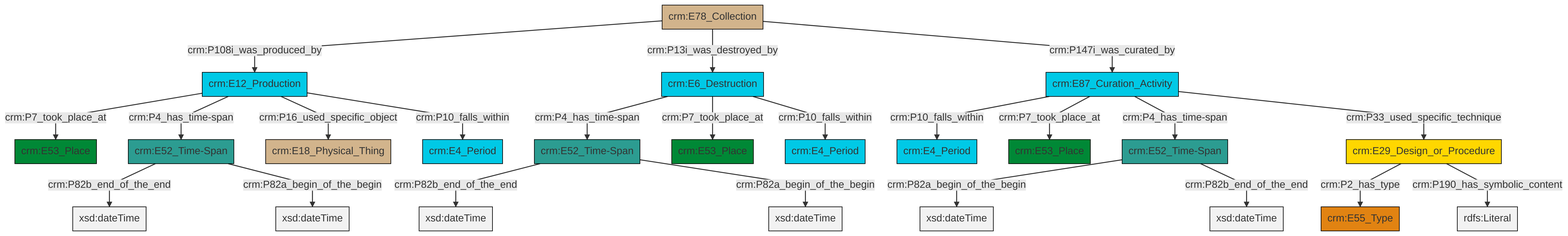
swiss-art-research-net/docs.swissartresearch keeps this Mermaid diagram as et/archivalCSV/ttl/mmd/png/archival_existence.png. Above is the earlier version. Its source is kept beside it as et/archivalCSV/ttl/mmd/archival_existence.ttl.mmd.
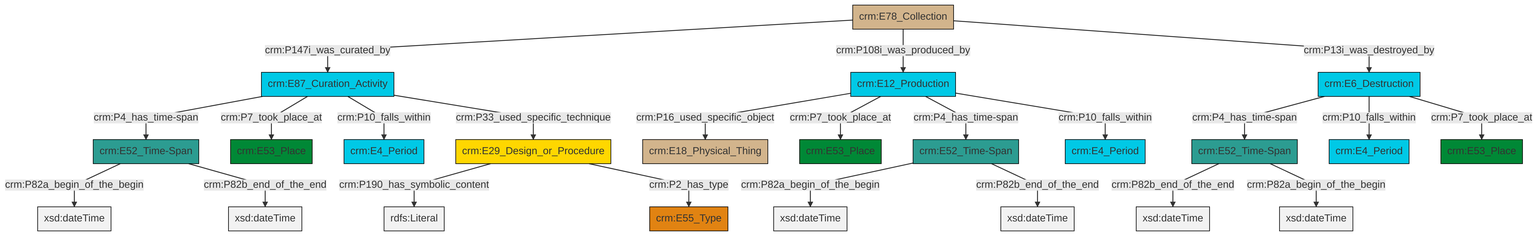
The same file after the commit.

The edit, as a diff of the source:
```diff
@@ -13,25 +13,25 @@
 classDef PC_Classes fill:#4ce600, stroke:#000000;
 classDef Multi fill:#cccccc,stroke:#000000;
 
-2["crm:E78_Collection"]:::Physical_Thing -->|crm:P108i_was_produced_by| 3["crm:E12_Production"]:::Temporal_Entity
-8["crm:E6_Destruction"]:::Temporal_Entity -->|crm:P4_has_time-span| 9["crm:E52_Time-Span"]:::Time-Span
-6["crm:E29_Design_or_Procedure"]:::Conceptual_Object -->|crm:P2_has_type| 10["crm:E55_Type"]:::Type
-8["crm:E6_Destruction"]:::Temporal_Entity -->|crm:P7_took_place_at| 11["crm:E53_Place"]:::Place
-12["crm:E52_Time-Span"]:::Time-Span -->|crm:P82b_end_of_the_end| 13[xsd:dateTime]:::Literal
-4["crm:E87_Curation_Activity"]:::Temporal_Entity -->|crm:P10_falls_within| 15["crm:E4_Period"]:::Temporal_Entity
-4["crm:E87_Curation_Activity"]:::Temporal_Entity -->|crm:P7_took_place_at| 16["crm:E53_Place"]:::Place
-3["crm:E12_Production"]:::Temporal_Entity -->|crm:P7_took_place_at| 17["crm:E53_Place"]:::Place
-8["crm:E6_Destruction"]:::Temporal_Entity -->|crm:P10_falls_within| 18["crm:E4_Period"]:::Temporal_Entity
-2["crm:E78_Collection"]:::Physical_Thing -->|crm:P13i_was_destroyed_by| 8["crm:E6_Destruction"]:::Temporal_Entity
-20["crm:E52_Time-Span"]:::Time-Span -->|crm:P82a_begin_of_the_begin| 21[xsd:dateTime]:::Literal
-6["crm:E29_Design_or_Procedure"]:::Conceptual_Object -->|crm:P190_has_symbolic_content| 22[rdfs:Literal]:::Literal
-20["crm:E52_Time-Span"]:::Time-Span -->|crm:P82b_end_of_the_end| 24[xsd:dateTime]:::Literal
-12["crm:E52_Time-Span"]:::Time-Span -->|crm:P82a_begin_of_the_begin| 26[xsd:dateTime]:::Literal
-4["crm:E87_Curation_Activity"]:::Temporal_Entity -->|crm:P4_has_time-span| 20["crm:E52_Time-Span"]:::Time-Span
-3["crm:E12_Production"]:::Temporal_Entity -->|crm:P4_has_time-span| 12["crm:E52_Time-Span"]:::Time-Span
-9["crm:E52_Time-Span"]:::Time-Span -->|crm:P82b_end_of_the_end| 31[xsd:dateTime]:::Literal
-2["crm:E78_Collection"]:::Physical_Thing -->|crm:P147i_was_curated_by| 4["crm:E87_Curation_Activity"]:::Temporal_Entity
-9["crm:E52_Time-Span"]:::Time-Span -->|crm:P82a_begin_of_the_begin| 32[xsd:dateTime]:::Literal
-3["crm:E12_Production"]:::Temporal_Entity -->|crm:P16_used_specific_object| 0["crm:E18_Physical_Thing"]:::Physical_Thing
-4["crm:E87_Curation_Activity"]:::Temporal_Entity -->|crm:P33_used_specific_technique| 6["crm:E29_Design_or_Procedure"]:::Conceptual_Object
-3["crm:E12_Production"]:::Temporal_Entity -->|crm:P10_falls_within| 28["crm:E4_Period"]:::Temporal_Entity
+8["crm:E78_Collection"]:::Physical_Thing -->|crm:P147i_was_curated_by| 9["crm:E87_Curation_Activity"]:::Temporal_Entity
+10["crm:E12_Production"]:::Temporal_Entity -->|crm:P16_used_specific_object| 11["crm:E18_Physical_Thing"]:::Physical_Thing
+9["crm:E87_Curation_Activity"]:::Temporal_Entity -->|crm:P4_has_time-span| 12["crm:E52_Time-Span"]:::Time-Span
+14["crm:E6_Destruction"]:::Temporal_Entity -->|crm:P4_has_time-span| 15["crm:E52_Time-Span"]:::Time-Span
+6["crm:E52_Time-Span"]:::Time-Span -->|crm:P82a_begin_of_the_begin| 16[xsd:dateTime]:::Literal
+10["crm:E12_Production"]:::Temporal_Entity -->|crm:P7_took_place_at| 19["crm:E53_Place"]:::Place
+9["crm:E87_Curation_Activity"]:::Temporal_Entity -->|crm:P7_took_place_at| 17["crm:E53_Place"]:::Place
+12["crm:E52_Time-Span"]:::Time-Span -->|crm:P82a_begin_of_the_begin| 23[xsd:dateTime]:::Literal
+8["crm:E78_Collection"]:::Physical_Thing -->|crm:P108i_was_produced_by| 10["crm:E12_Production"]:::Temporal_Entity
+14["crm:E6_Destruction"]:::Temporal_Entity -->|crm:P10_falls_within| 4["crm:E4_Period"]:::Temporal_Entity
+15["crm:E52_Time-Span"]:::Time-Span -->|crm:P82b_end_of_the_end| 27[xsd:dateTime]:::Literal
+25["crm:E29_Design_or_Procedure"]:::Conceptual_Object -->|crm:P190_has_symbolic_content| 28[rdfs:Literal]:::Literal
+14["crm:E6_Destruction"]:::Temporal_Entity -->|crm:P7_took_place_at| 2["crm:E53_Place"]:::Place
+8["crm:E78_Collection"]:::Physical_Thing -->|crm:P13i_was_destroyed_by| 14["crm:E6_Destruction"]:::Temporal_Entity
+25["crm:E29_Design_or_Procedure"]:::Conceptual_Object -->|crm:P2_has_type| 20["crm:E55_Type"]:::Type
+9["crm:E87_Curation_Activity"]:::Temporal_Entity -->|crm:P10_falls_within| 29["crm:E4_Period"]:::Temporal_Entity
+6["crm:E52_Time-Span"]:::Time-Span -->|crm:P82b_end_of_the_end| 35[xsd:dateTime]:::Literal
+15["crm:E52_Time-Span"]:::Time-Span -->|crm:P82a_begin_of_the_begin| 36[xsd:dateTime]:::Literal
+10["crm:E12_Production"]:::Temporal_Entity -->|crm:P4_has_time-span| 6["crm:E52_Time-Span"]:::Time-Span
+12["crm:E52_Time-Span"]:::Time-Span -->|crm:P82b_end_of_the_end| 37[xsd:dateTime]:::Literal
+9["crm:E87_Curation_Activity"]:::Temporal_Entity -->|crm:P33_used_specific_technique| 25["crm:E29_Design_or_Procedure"]:::Conceptual_Object
+10["crm:E12_Production"]:::Temporal_Entity -->|crm:P10_falls_within| 0["crm:E4_Period"]:::Temporal_Entity
```
